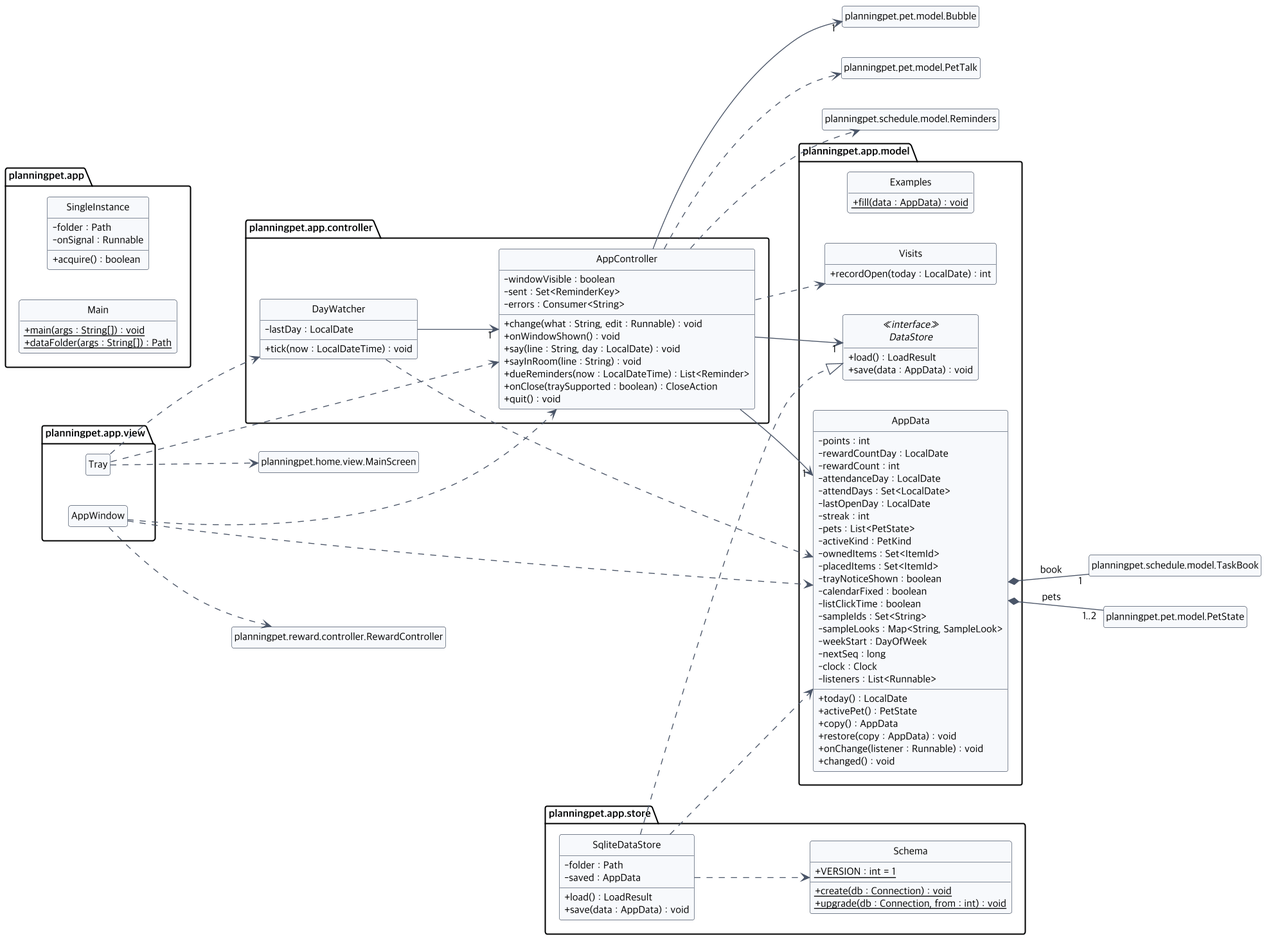
Earlier version of the PlantUML export docs/diagrams/class-app.png (2026-2-software-system-design-11/planning-pet-app).
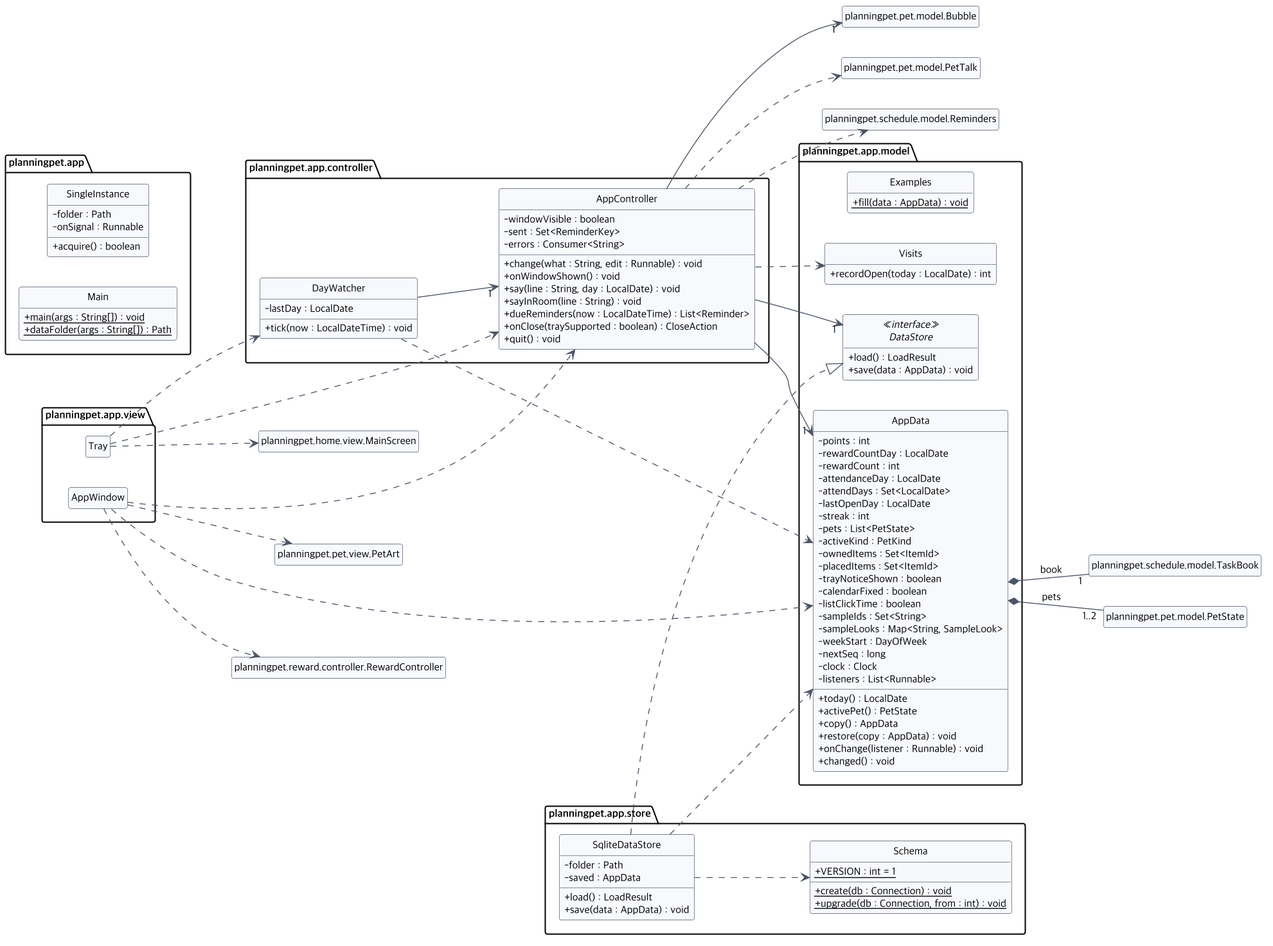
Later version of the same file.

Diff of the diagram source:
```diff
@@ -98,6 +98,7 @@
 AppController ..> planningpet.pet.model.PetTalk
 AppController ..> planningpet.schedule.model.Reminders
 AppWindow ..> planningpet.reward.controller.RewardController
+AppWindow ..> planningpet.pet.view.PetArt
 Tray ..> planningpet.home.view.MainScreen
 DayWatcher ..> AppData
 DayWatcher --> "1" AppController
```
